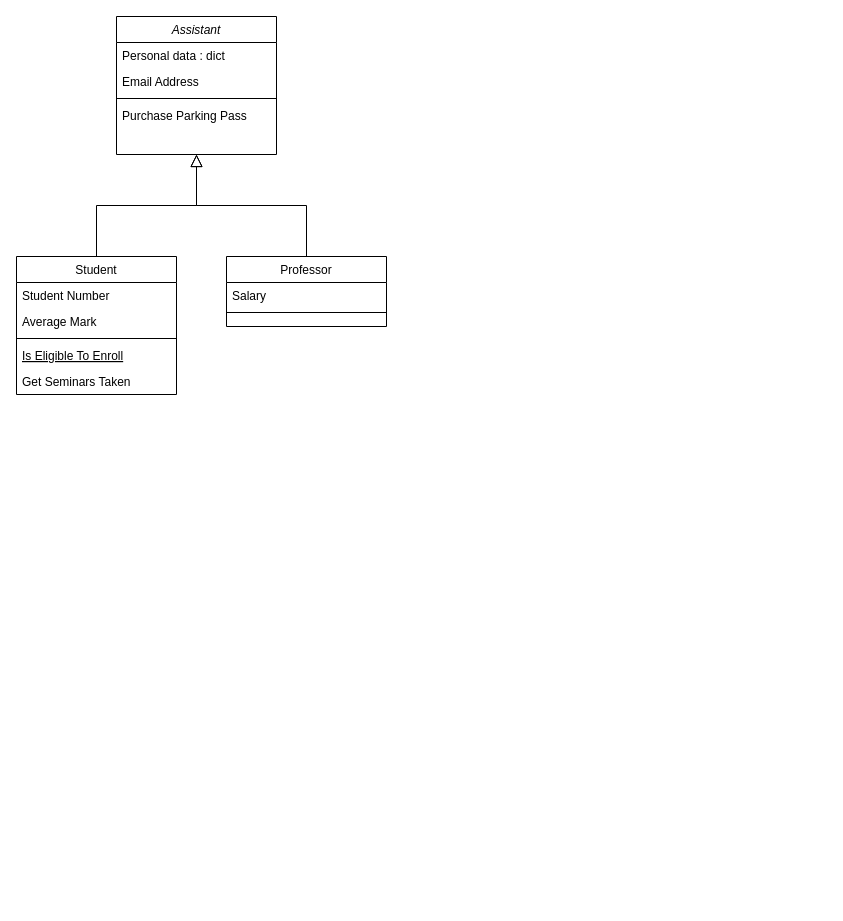
The draw.io diagram Diagram bez tytułu.drawio in Edios/Assistant, before the edit. Source tidied: cells renumbered, new cells numbered last; positions are measured from the earlier drawing's top-left corner, leaving out a move shared by most shapes. Both pictures are drawn from the tidied source at 100%, with x=0, y=0 at pixel (16, 16).
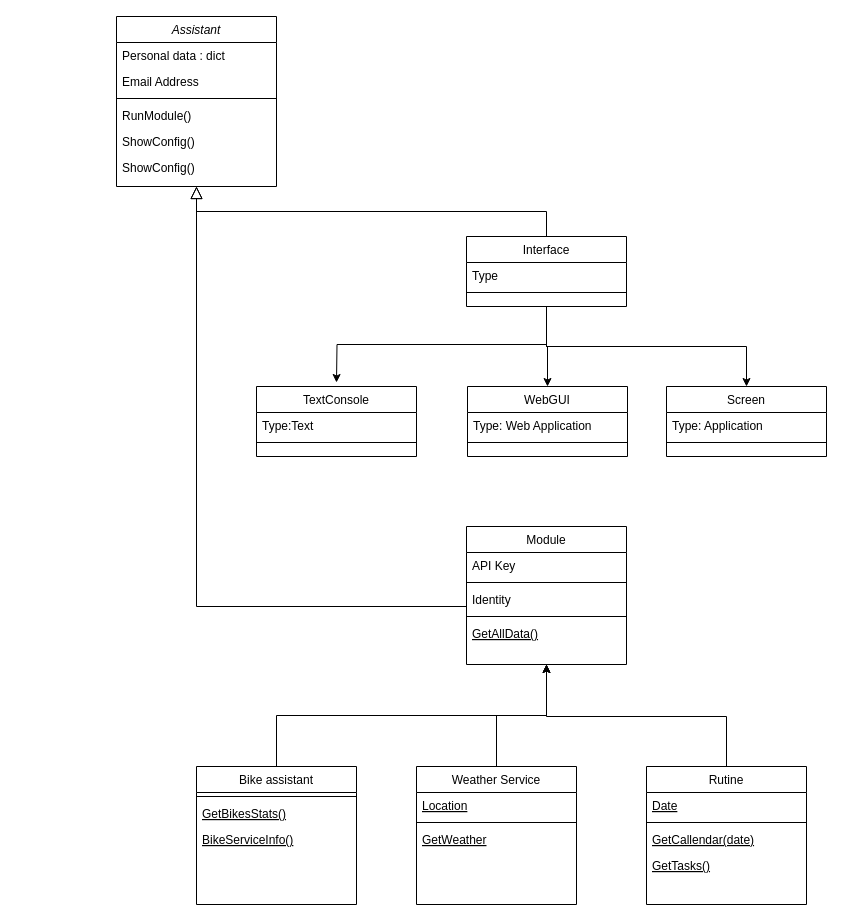
The same page after the edit.

Commit message:
Interfaces and Modules

Change to the diagram source:
```diff
@@
     <mxCell id="2" value="Assistant" style="swimlane;fontStyle=2;align=center;verticalAlign=top;horizontal=1;startSize=26;rounded=0;shadow=0;strokeWidth=1;" parent="1" vertex="1">
-      <mxGeometry x="100" width="160" height="138" as="geometry" />
+      <mxGeometry x="100" width="160" height="170" as="geometry" />
     </mxCell>
@@
-    <mxCell id="6" value="Purchase Parking Pass" style="text;align=left;verticalAlign=top;spacingLeft=4;spacingRight=4;overflow=hidden;" parent="2" vertex="1">
+    <mxCell id="6" value="RunModule()" style="text;align=left;verticalAlign=top;spacingLeft=4;spacingRight=4;overflow=hidden;" parent="2" vertex="1">
       <mxGeometry y="86" width="160" height="26" as="geometry" />
     </mxCell>
+    <mxCell id="18" value="ShowConfig()" style="text;align=left;verticalAlign=top;spacingLeft=4;spacingRight=4;overflow=hidden;" parent="2" vertex="1">
+      <mxGeometry y="112" width="160" height="26" as="geometry" />
+    </mxCell>
-    <mxCell id="7" value="Student" style="swimlane;fontStyle=0;align=center;verticalAlign=top;horizontal=1;startSize=26;rounded=0;shadow=0;strokeWidth=1;" parent="1" vertex="1">
-      <mxGeometry y="240" width="160" height="138" as="geometry" />
+    <mxCell id="7" value="Module" style="swimlane;fontStyle=0;align=center;verticalAlign=top;horizontal=1;startSize=26;rounded=0;shadow=0;strokeWidth=1;" parent="1" vertex="1">
+      <mxGeometry x="450" y="510" width="160" height="138" as="geometry" />
     </mxCell>
-    <mxCell id="8" value="Student Number" style="text;align=left;verticalAlign=top;spacingLeft=4;spacingRight=4;overflow=hidden;" parent="7" vertex="1">
-      <mxGeometry y="26" width="160" height="26" as="geometry" />
-    </mxCell>
-    <mxCell id="9" value="Average Mark" style="text;align=left;verticalAlign=top;spacingLeft=4;spacingRight=4;overflow=hidden;rounded=0;shadow=0;html=0;" parent="7" vertex="1">
-      <mxGeometry y="52" width="160" height="26" as="geometry" />
+    <mxCell id="9" value="API Key" style="text;align=left;verticalAlign=top;spacingLeft=4;spacingRight=4;overflow=hidden;rounded=0;shadow=0;html=0;" parent="7" vertex="1">
+      <mxGeometry y="26" width="160" height="26" as="geometry" />
     </mxCell>
     <mxCell id="10" style="line;html=1;strokeWidth=1;align=left;verticalAlign=middle;spacingTop=-1;spacingLeft=3;spacingRight=3;labelPosition=right;" parent="7" vertex="1">
-      <mxGeometry y="78" width="160" height="8" as="geometry" />
+      <mxGeometry y="52" width="160" height="8" as="geometry" />
     </mxCell>
+    <mxCell id="19" value="Identity" style="text;align=left;verticalAlign=top;spacingLeft=4;spacingRight=4;overflow=hidden;rounded=0;shadow=0;html=0;" parent="7" vertex="1">
+      <mxGeometry y="60" width="160" height="26" as="geometry" />
+    </mxCell>
+    <mxCell id="20" style="line;html=1;strokeWidth=1;align=left;verticalAlign=middle;spacingTop=-1;spacingLeft=3;spacingRight=3;labelPosition=right;" parent="7" vertex="1">
+      <mxGeometry y="86" width="160" height="8" as="geometry" />
+    </mxCell>
-    <mxCell id="11" value="Is Eligible To Enroll" style="text;align=left;verticalAlign=top;spacingLeft=4;spacingRight=4;overflow=hidden;fontStyle=4;" parent="7" vertex="1">
-      <mxGeometry y="86" width="160" height="26" as="geometry" />
+    <mxCell id="11" value="GetAllData()" style="text;align=left;verticalAlign=top;spacingLeft=4;spacingRight=4;overflow=hidden;fontStyle=4;" parent="7" vertex="1">
+      <mxGeometry y="94" width="160" height="26" as="geometry" />
     </mxCell>
-    <mxCell id="12" value="Get Seminars Taken" style="text;align=left;verticalAlign=top;spacingLeft=4;spacingRight=4;overflow=hidden;" parent="7" vertex="1">
-      <mxGeometry y="112" width="160" height="26" as="geometry" />
-    </mxCell>
     <mxCell id="13" style="endArrow=block;endSize=10;endFill=0;shadow=0;strokeWidth=1;rounded=0;edgeStyle=elbowEdgeStyle;elbow=vertical;" parent="1" edge="1" source="7" target="2">
-      <mxGeometry relative="1" as="geometry" />
+      <mxGeometry relative="1" as="geometry">
+        <Array as="points">
+          <mxPoint x="420" y="590" />
+        </Array>
+      </mxGeometry>
     </mxCell>
+    <mxCell id="21" style="edgeStyle=orthogonalEdgeStyle;rounded=0;jettySize=auto;html=1;exitX=0.5;exitY=1;exitDx=0;exitDy=0;" parent="1" edge="1" source="14">
+      <mxGeometry relative="1" as="geometry">
+        <mxPoint x="320" y="366" as="targetPoint" />
+      </mxGeometry>
+    </mxCell>
+    <mxCell id="22" style="edgeStyle=orthogonalEdgeStyle;rounded=0;jettySize=auto;html=1;exitX=0.5;exitY=1;exitDx=0;exitDy=0;entryX=0.5;entryY=0;entryDx=0;entryDy=0;" parent="1" edge="1" source="14" target="28">
+      <mxGeometry relative="1" as="geometry" />
+    </mxCell>
+    <mxCell id="23" style="edgeStyle=orthogonalEdgeStyle;rounded=0;jettySize=auto;html=1;exitX=0.75;exitY=1;exitDx=0;exitDy=0;entryX=0.5;entryY=0;entryDx=0;entryDy=0;" parent="1" edge="1" source="14" target="31">
+      <mxGeometry relative="1" as="geometry">
+        <Array as="points">
+          <mxPoint x="530" y="290" />
+          <mxPoint x="530" y="330" />
+          <mxPoint x="730" y="330" />
+        </Array>
+      </mxGeometry>
+    </mxCell>
-    <mxCell id="14" value="Professor" style="swimlane;fontStyle=0;align=center;verticalAlign=top;horizontal=1;startSize=26;rounded=0;shadow=0;strokeWidth=1;" parent="1" vertex="1">
-      <mxGeometry x="210" y="240" width="160" height="70" as="geometry" />
+    <mxCell id="14" value="Interface" style="swimlane;fontStyle=0;align=center;verticalAlign=top;horizontal=1;startSize=26;rounded=0;shadow=0;strokeWidth=1;" parent="1" vertex="1">
+      <mxGeometry x="450" y="220" width="160" height="70" as="geometry" />
     </mxCell>
-    <mxCell id="15" value="Salary" style="text;align=left;verticalAlign=top;spacingLeft=4;spacingRight=4;overflow=hidden;" parent="14" vertex="1">
+    <mxCell id="15" value="Type" style="text;align=left;verticalAlign=top;spacingLeft=4;spacingRight=4;overflow=hidden;" parent="14" vertex="1">
       <mxGeometry y="26" width="160" height="26" as="geometry" />
     </mxCell>
@@
+    <mxCell id="24" value="ShowConfig()" style="text;align=left;verticalAlign=top;spacingLeft=4;spacingRight=4;overflow=hidden;" parent="1" vertex="1">
+      <mxGeometry x="100" y="138" width="160" height="26" as="geometry" />
+    </mxCell>
+    <mxCell id="25" value="TextConsole" style="swimlane;fontStyle=0;align=center;verticalAlign=top;horizontal=1;startSize=26;rounded=0;shadow=0;strokeWidth=1;" parent="1" vertex="1">
+      <mxGeometry x="240" y="370" width="160" height="70" as="geometry" />
+    </mxCell>
+    <mxCell id="26" value="Type:Text" style="text;align=left;verticalAlign=top;spacingLeft=4;spacingRight=4;overflow=hidden;" parent="25" vertex="1">
+      <mxGeometry y="26" width="160" height="26" as="geometry" />
+    </mxCell>
+    <mxCell id="27" style="line;html=1;strokeWidth=1;align=left;verticalAlign=middle;spacingTop=-1;spacingLeft=3;spacingRight=3;labelPosition=right;" parent="25" vertex="1">
+      <mxGeometry y="52" width="160" height="8" as="geometry" />
+    </mxCell>
+    <mxCell id="28" value="WebGUI" style="swimlane;fontStyle=0;align=center;verticalAlign=top;horizontal=1;startSize=26;rounded=0;shadow=0;strokeWidth=1;" parent="1" vertex="1">
+      <mxGeometry x="451" y="370" width="160" height="70" as="geometry" />
+    </mxCell>
+    <mxCell id="29" value="Type: Web Application" style="text;align=left;verticalAlign=top;spacingLeft=4;spacingRight=4;overflow=hidden;" parent="28" vertex="1">
+      <mxGeometry y="26" width="160" height="26" as="geometry" />
+    </mxCell>
+    <mxCell id="30" style="line;html=1;strokeWidth=1;align=left;verticalAlign=middle;spacingTop=-1;spacingLeft=3;spacingRight=3;labelPosition=right;" parent="28" vertex="1">
+      <mxGeometry y="52" width="160" height="8" as="geometry" />
+    </mxCell>
+    <mxCell id="31" value="Screen" style="swimlane;fontStyle=0;align=center;verticalAlign=top;horizontal=1;startSize=26;rounded=0;shadow=0;strokeWidth=1;" parent="1" vertex="1">
+      <mxGeometry x="650" y="370" width="160" height="70" as="geometry" />
+    </mxCell>
+    <mxCell id="32" value="Type: Application" style="text;align=left;verticalAlign=top;spacingLeft=4;spacingRight=4;overflow=hidden;" parent="31" vertex="1">
+      <mxGeometry y="26" width="160" height="26" as="geometry" />
+    </mxCell>
+    <mxCell id="33" style="line;html=1;strokeWidth=1;align=left;verticalAlign=middle;spacingTop=-1;spacingLeft=3;spacingRight=3;labelPosition=right;" parent="31" vertex="1">
+      <mxGeometry y="52" width="160" height="8" as="geometry" />
+    </mxCell>
+    <mxCell id="34" style="edgeStyle=orthogonalEdgeStyle;rounded=0;jettySize=auto;html=1;exitX=0.5;exitY=0;exitDx=0;exitDy=0;entryX=0.5;entryY=1;entryDx=0;entryDy=0;" parent="1" edge="1" source="35" target="7">
+      <mxGeometry relative="1" as="geometry" />
+    </mxCell>
+    <mxCell id="35" value="Bike assistant" style="swimlane;fontStyle=0;align=center;verticalAlign=top;horizontal=1;startSize=26;rounded=0;shadow=0;strokeWidth=1;" parent="1" vertex="1">
+      <mxGeometry x="180" y="750" width="160" height="138" as="geometry" />
+    </mxCell>
+    <mxCell id="36" style="line;html=1;strokeWidth=1;align=left;verticalAlign=middle;spacingTop=-1;spacingLeft=3;spacingRight=3;labelPosition=right;" parent="35" vertex="1">
+      <mxGeometry y="26" width="160" height="8" as="geometry" />
+    </mxCell>
+    <mxCell id="37" value="GetBikesStats()" style="text;align=left;verticalAlign=top;spacingLeft=4;spacingRight=4;overflow=hidden;fontStyle=4;" parent="35" vertex="1">
+      <mxGeometry y="34" width="160" height="26" as="geometry" />
+    </mxCell>
+    <mxCell id="38" value="BikeServiceInfo()" style="text;align=left;verticalAlign=top;spacingLeft=4;spacingRight=4;overflow=hidden;fontStyle=4;" parent="35" vertex="1">
+      <mxGeometry y="60" width="160" height="26" as="geometry" />
+    </mxCell>
+    <mxCell id="39" style="edgeStyle=orthogonalEdgeStyle;rounded=0;jettySize=auto;html=1;entryX=0.5;entryY=1;entryDx=0;entryDy=0;" parent="1" edge="1" source="40" target="7">
+      <mxGeometry relative="1" as="geometry" />
+    </mxCell>
+    <mxCell id="40" value="Weather Service" style="swimlane;fontStyle=0;align=center;verticalAlign=top;horizontal=1;startSize=26;rounded=0;shadow=0;strokeWidth=1;" parent="1" vertex="1">
+      <mxGeometry x="400" y="750" width="160" height="138" as="geometry" />
+    </mxCell>
+    <mxCell id="41" value="Location" style="text;align=left;verticalAlign=top;spacingLeft=4;spacingRight=4;overflow=hidden;fontStyle=4;" parent="40" vertex="1">
+      <mxGeometry y="26" width="160" height="26" as="geometry" />
+    </mxCell>
+    <mxCell id="42" style="line;html=1;strokeWidth=1;align=left;verticalAlign=middle;spacingTop=-1;spacingLeft=3;spacingRight=3;labelPosition=right;" parent="40" vertex="1">
+      <mxGeometry y="52" width="160" height="8" as="geometry" />
+    </mxCell>
+    <mxCell id="43" value="GetWeather" style="text;align=left;verticalAlign=top;spacingLeft=4;spacingRight=4;overflow=hidden;fontStyle=4;" parent="40" vertex="1">
+      <mxGeometry y="60" width="160" height="26" as="geometry" />
+    </mxCell>
+    <mxCell id="44" style="edgeStyle=orthogonalEdgeStyle;rounded=0;jettySize=auto;html=1;entryX=0.5;entryY=1;entryDx=0;entryDy=0;" parent="1" edge="1" source="45" target="7">
+      <mxGeometry relative="1" as="geometry">
+        <Array as="points">
+          <mxPoint x="710" y="700" />
+          <mxPoint x="530" y="700" />
+        </Array>
+      </mxGeometry>
+    </mxCell>
+    <mxCell id="45" value="Rutine" style="swimlane;fontStyle=0;align=center;verticalAlign=top;horizontal=1;startSize=26;rounded=0;shadow=0;strokeWidth=1;" parent="1" vertex="1">
+      <mxGeometry x="630" y="750" width="160" height="138" as="geometry" />
+    </mxCell>
+    <mxCell id="46" value="Date" style="text;align=left;verticalAlign=top;spacingLeft=4;spacingRight=4;overflow=hidden;fontStyle=4;" parent="45" vertex="1">
+      <mxGeometry y="26" width="160" height="26" as="geometry" />
+    </mxCell>
+    <mxCell id="47" style="line;html=1;strokeWidth=1;align=left;verticalAlign=middle;spacingTop=-1;spacingLeft=3;spacingRight=3;labelPosition=right;" parent="45" vertex="1">
+      <mxGeometry y="52" width="160" height="8" as="geometry" />
+    </mxCell>
+    <mxCell id="48" value="GetCallendar(date)" style="text;align=left;verticalAlign=top;spacingLeft=4;spacingRight=4;overflow=hidden;fontStyle=4;" parent="45" vertex="1">
+      <mxGeometry y="60" width="160" height="26" as="geometry" />
+    </mxCell>
+    <mxCell id="49" value="GetTasks()" style="text;align=left;verticalAlign=top;spacingLeft=4;spacingRight=4;overflow=hidden;fontStyle=4;" parent="45" vertex="1">
+      <mxGeometry y="86" width="160" height="26" as="geometry" />
+    </mxCell>
```
